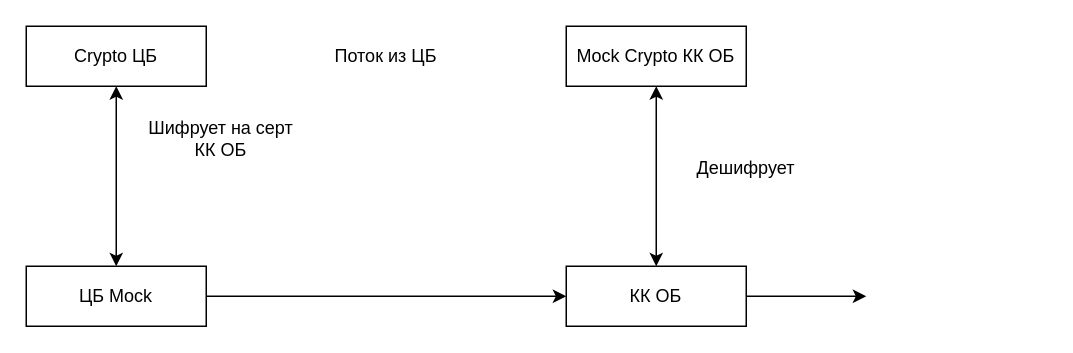
Earlier version of the draw.io diagram SVIP2.drawio (maxiko/ARC-016). Source tidied: cells renumbered, new cells numbered last; positions are measured from the earlier drawing's top-left corner, leaving out a move shared by most shapes. Both pictures are drawn from the tidied source at 150%, with x=0, y=0 at pixel (26, 26).
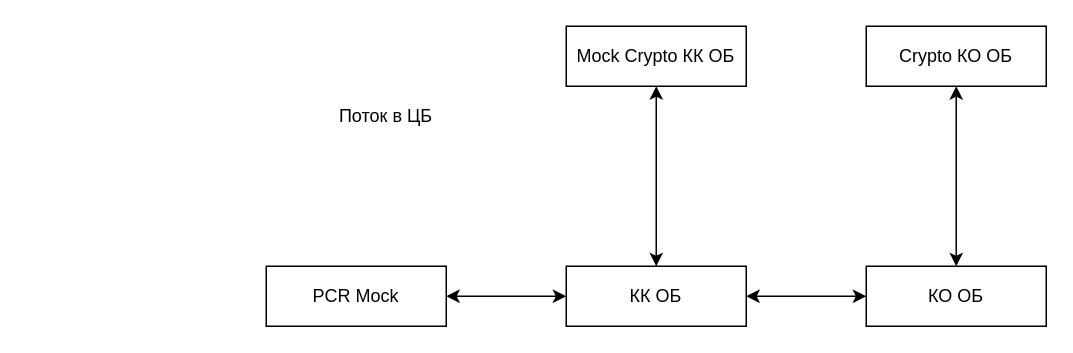
After the change.

Change to the diagram source:
```diff
@@
 <mxGraphModel>
   <root>
     <mxCell id="0" />
     <mxCell id="1" parent="0" />
     <mxCell id="2" value="КК&lt;span style=&quot;background-color: transparent; color: light-dark(rgb(0, 0, 0), rgb(255, 255, 255));&quot;&gt;&amp;nbsp;ОБ&lt;/span&gt;" style="rounded=0;whiteSpace=wrap;html=1;" parent="1" vertex="1">
       <mxGeometry x="360" y="160" width="120" height="40" as="geometry" />
     </mxCell>
     <mxCell id="3" value="Mock Crypto КК&lt;span style=&quot;background-color: transparent; color: light-dark(rgb(0, 0, 0), rgb(255, 255, 255));&quot;&gt;&amp;nbsp;ОБ&lt;/span&gt;" style="rounded=0;whiteSpace=wrap;html=1;" parent="1" vertex="1">
       <mxGeometry x="360" width="120" height="40" as="geometry" />
     </mxCell>
-    <mxCell id="4" value="ЦБ Mock" style="rounded=0;whiteSpace=wrap;html=1;" parent="1" vertex="1">
-      <mxGeometry y="160" width="120" height="40" as="geometry" />
+    <mxCell id="4" value="PCR Mock" style="rounded=0;whiteSpace=wrap;html=1;" parent="1" vertex="1">
+      <mxGeometry x="160" y="160" width="120" height="40" as="geometry" />
     </mxCell>
-    <mxCell id="5" value="Crypto ЦБ" style="rounded=0;whiteSpace=wrap;html=1;" parent="1" vertex="1">
-      <mxGeometry width="120" height="40" as="geometry" />
-    </mxCell>
-    <mxCell id="6" style="endArrow=classic;startArrow=none;html=1;rounded=0;entryX=0;entryY=0.5;entryDx=0;entryDy=0;exitX=1;exitY=0.5;exitDx=0;exitDy=0;startFill=0;endFill=1;" parent="1" edge="1" source="4" target="2">
+    <mxCell id="6" style="endArrow=classic;startArrow=classic;html=1;rounded=0;entryX=0;entryY=0.5;entryDx=0;entryDy=0;exitX=1;exitY=0.5;exitDx=0;exitDy=0;startFill=1;endFill=1;" parent="1" edge="1" source="4" target="2">
       <mxGeometry relative="1" as="geometry" />
     </mxCell>
-    <mxCell id="7" style="endArrow=none;html=1;rounded=0;entryX=1;entryY=0.5;entryDx=0;entryDy=0;startArrow=classic;startFill=1;" parent="1" edge="1" target="2">
+    <mxCell id="7" style="endArrow=classic;html=1;rounded=0;entryX=1;entryY=0.5;entryDx=0;entryDy=0;startArrow=classic;startFill=1;endFill=1;" parent="1" edge="1" target="2">
       <mxGeometry relative="1" as="geometry">
         <mxPoint x="560" y="180" as="sourcePoint" />
       </mxGeometry>
     </mxCell>
     <mxCell id="8" style="endArrow=classic;startArrow=classic;html=1;rounded=0;entryX=0.5;entryY=1;entryDx=0;entryDy=0;exitX=0.5;exitY=0;exitDx=0;exitDy=0;" parent="1" edge="1" source="2" target="3">
       <mxGeometry relative="1" as="geometry" />
     </mxCell>
-    <mxCell id="9" style="endArrow=classic;startArrow=classic;html=1;rounded=0;entryX=0.5;entryY=1;entryDx=0;entryDy=0;exitX=0.5;exitY=0;exitDx=0;exitDy=0;" parent="1" edge="1" source="4" target="5">
-      <mxGeometry relative="1" as="geometry" />
-    </mxCell>
-    <mxCell id="10" value="Шифрует на серт КК ОБ" style="text;html=1;align=center;verticalAlign=middle;whiteSpace=wrap;rounded=0;" parent="1" vertex="1">
-      <mxGeometry x="80" y="60" width="100" height="30" as="geometry" />
-    </mxCell>
-    <mxCell id="11" value="Дешифрует" style="text;html=1;align=center;verticalAlign=middle;whiteSpace=wrap;rounded=0;" parent="1" vertex="1">
-      <mxGeometry x="435" y="80" width="90" height="30" as="geometry" />
-    </mxCell>
-    <mxCell id="12" value="Поток из ЦБ" style="text;html=1;align=center;verticalAlign=middle;whiteSpace=wrap;rounded=0;" parent="1" vertex="1">
-      <mxGeometry x="160" width="160" height="40" as="geometry" />
-    </mxCell>
+    <mxCell id="13" value="КО&lt;span style=&quot;background-color: transparent; color: light-dark(rgb(0, 0, 0), rgb(255, 255, 255));&quot;&gt;&amp;nbsp;ОБ&lt;/span&gt;" style="rounded=0;whiteSpace=wrap;html=1;" parent="1" vertex="1">
+      <mxGeometry x="560" y="160" width="120" height="40" as="geometry" />
+    </mxCell>
+    <mxCell id="14" value="Crypto КО&lt;span style=&quot;background-color: transparent; color: light-dark(rgb(0, 0, 0), rgb(255, 255, 255));&quot;&gt;&amp;nbsp;ОБ&lt;/span&gt;" style="rounded=0;whiteSpace=wrap;html=1;" parent="1" vertex="1">
+      <mxGeometry x="560" width="120" height="40" as="geometry" />
+    </mxCell>
+    <mxCell id="15" style="endArrow=classic;startArrow=classic;html=1;rounded=0;entryX=0.5;entryY=1;entryDx=0;entryDy=0;exitX=0.5;exitY=0;exitDx=0;exitDy=0;" parent="1" edge="1" source="13" target="14">
+      <mxGeometry relative="1" as="geometry" />
+    </mxCell>
+    <mxCell id="16" value="Поток в ЦБ" style="text;html=1;align=center;verticalAlign=middle;whiteSpace=wrap;rounded=0;" parent="1" vertex="1">
+      <mxGeometry x="160" y="40" width="160" height="40" as="geometry" />
+    </mxCell>
   </root>
 </mxGraphModel>
```
